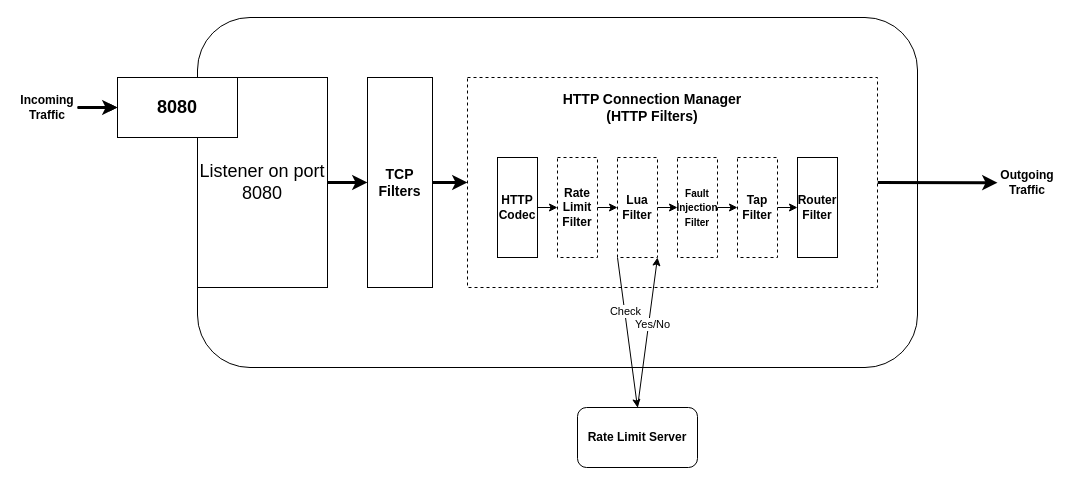
This is figures/filters.drawio from Romero027/DeathStarBench, a draw.io file, before an edit. Source tidied: cells renumbered, new cells numbered last; positions are measured from the earlier drawing's top-left corner, leaving out a move shared by most shapes. Both pictures are drawn from the tidied source at 100%, with x=0, y=0 at pixel (17, 17).
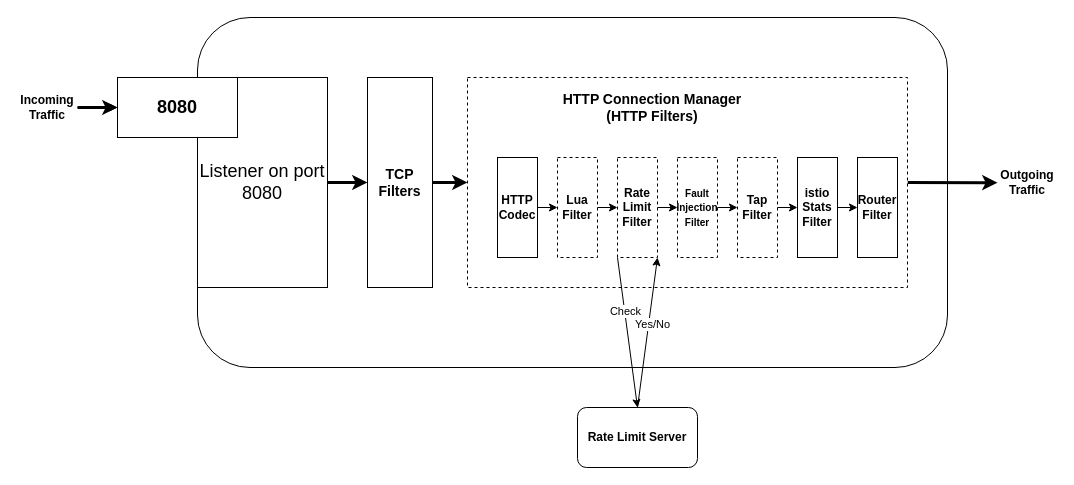
Above is the later version.

Diff of the diagram source:
```diff
@@
     <mxCell id="2" style="rounded=1;whiteSpace=wrap;html=1;" parent="1" vertex="1">
-      <mxGeometry x="180" width="720" height="350" as="geometry" />
+      <mxGeometry x="180" width="750" height="350" as="geometry" />
     </mxCell>
@@
     <mxCell id="10" value="&lt;span style=&quot;font-size: 14px&quot;&gt;&lt;br&gt;&lt;/span&gt;" style="rounded=0;whiteSpace=wrap;html=1;dashed=1;" parent="1" vertex="1">
-      <mxGeometry x="450" y="60" width="410" height="210" as="geometry" />
+      <mxGeometry x="450" y="60" width="440" height="210" as="geometry" />
     </mxCell>
@@
-    <mxCell id="14" value="&lt;b&gt;Rate Limit Filter&lt;/b&gt;" style="rounded=0;whiteSpace=wrap;html=1;dashed=1;" parent="1" vertex="1">
+    <mxCell id="14" value="&lt;b&gt;Lua Filter&lt;/b&gt;" style="rounded=0;whiteSpace=wrap;html=1;dashed=1;" parent="1" vertex="1">
       <mxGeometry x="540" y="140" width="40" height="100" as="geometry" />
     </mxCell>
@@
-    <mxCell id="17" value="&lt;b&gt;Lua Filter&lt;/b&gt;" style="rounded=0;whiteSpace=wrap;html=1;dashed=1;" parent="1" vertex="1">
+    <mxCell id="17" value="&lt;b&gt;Rate Limit Filter&lt;/b&gt;" style="rounded=0;whiteSpace=wrap;html=1;dashed=1;" parent="1" vertex="1">
       <mxGeometry x="600" y="140" width="40" height="100" as="geometry" />
     </mxCell>
@@
     <mxCell id="20" value="&lt;b&gt;Router Filter&lt;/b&gt;" style="rounded=0;whiteSpace=wrap;html=1;" parent="1" vertex="1">
-      <mxGeometry x="780" y="140" width="40" height="100" as="geometry" />
+      <mxGeometry x="840" y="140" width="40" height="100" as="geometry" />
     </mxCell>
@@
+    <mxCell id="31" value="&lt;b&gt;istio Stats Filter&lt;/b&gt;" style="rounded=0;whiteSpace=wrap;html=1;" parent="1" vertex="1">
+      <mxGeometry x="780" y="140" width="40" height="100" as="geometry" />
+    </mxCell>
+    <mxCell id="32" style="rounded=0;orthogonalLoop=1;jettySize=auto;html=1;exitX=1;exitY=0.5;exitDx=0;exitDy=0;startArrow=none;startFill=0;endArrow=classic;endFill=1;entryX=0;entryY=0.5;entryDx=0;entryDy=0;" parent="1" edge="1">
+      <mxGeometry relative="1" as="geometry">
+        <mxPoint x="820" y="190" as="sourcePoint" />
+        <mxPoint x="840" y="190" as="targetPoint" />
+      </mxGeometry>
+    </mxCell>
```
